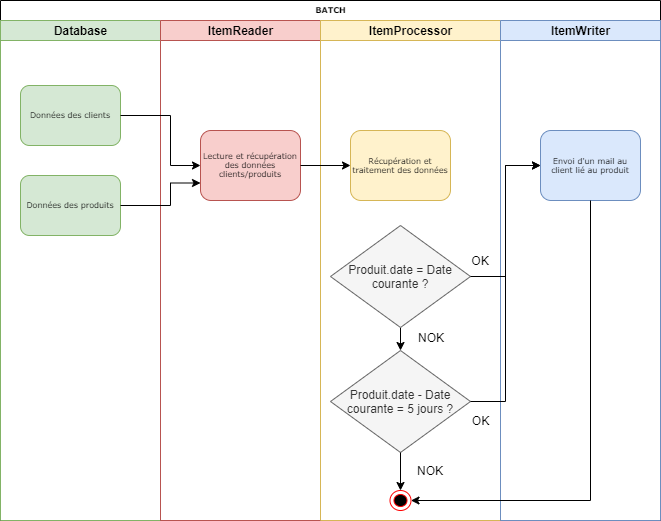
The draw.io diagram pm.png in Elfn/product-mail, before a commit. Source tidied: cells renumbered, new cells last; positions are measured from the earlier drawing's top-left corner, leaving out a move shared by most shapes.
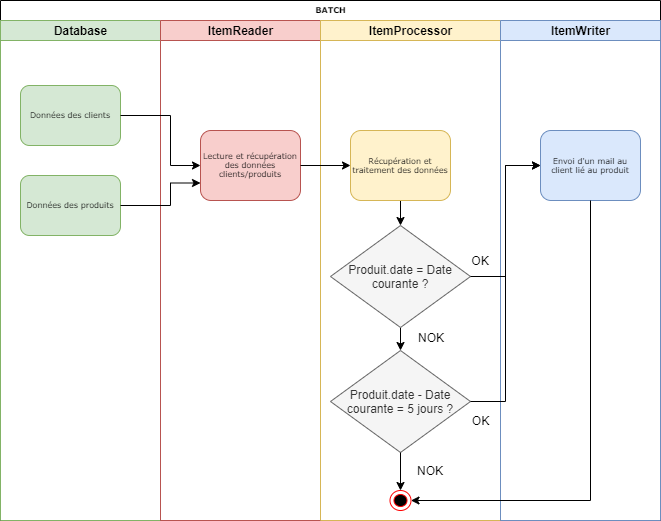
The same file after the commit.

Change to the diagram source:
```diff
@@ -23,6 +23,9 @@
     <mxCell id="8" value="ItemProcessor" style="swimlane;html=1;startSize=20;fillColor=#fff2cc;strokeColor=#d6b656;" parent="2" vertex="1">
       <mxGeometry x="320" y="20" width="180" height="500" as="geometry" />
     </mxCell>
+    <mxCell id="27" style="edgeStyle=orthogonalEdgeStyle;rounded=0;jettySize=auto;html=1;exitX=0.5;exitY=1;exitDx=0;exitDy=0;entryX=0.5;entryY=0;entryDx=0;entryDy=0;" parent="8" edge="1" source="9" target="11">
+      <mxGeometry relative="1" as="geometry" />
+    </mxCell>
     <mxCell id="9" value="Récupération et traitement des données" style="rounded=1;whiteSpace=wrap;html=1;shadow=0;labelBackgroundColor=none;strokeWidth=1;fontFamily=Verdana;fontSize=8;align=center;fillColor=#fff2cc;strokeColor=#d6b656;" parent="8" vertex="1">
       <mxGeometry x="30" y="110" width="100" height="70" as="geometry" />
     </mxCell>
```
